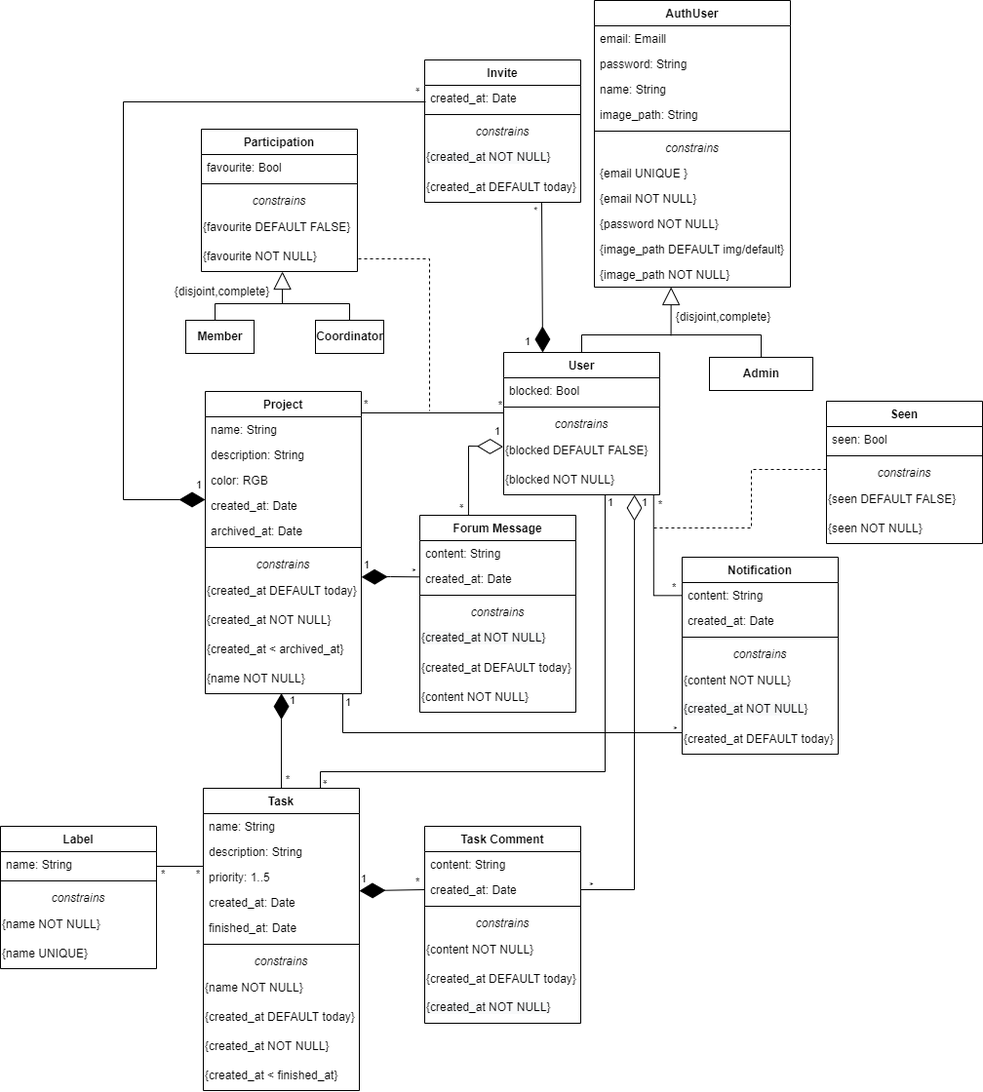
Andrepereira2001/feup-lbaw-2021 keeps this draw.io diagram as Docs/uml_diagram.png. Above is the earlier version. Source tidied: cells renumbered, new cells last; positions are measured from the earlier drawing's top-left corner, leaving out a move shared by most shapes.
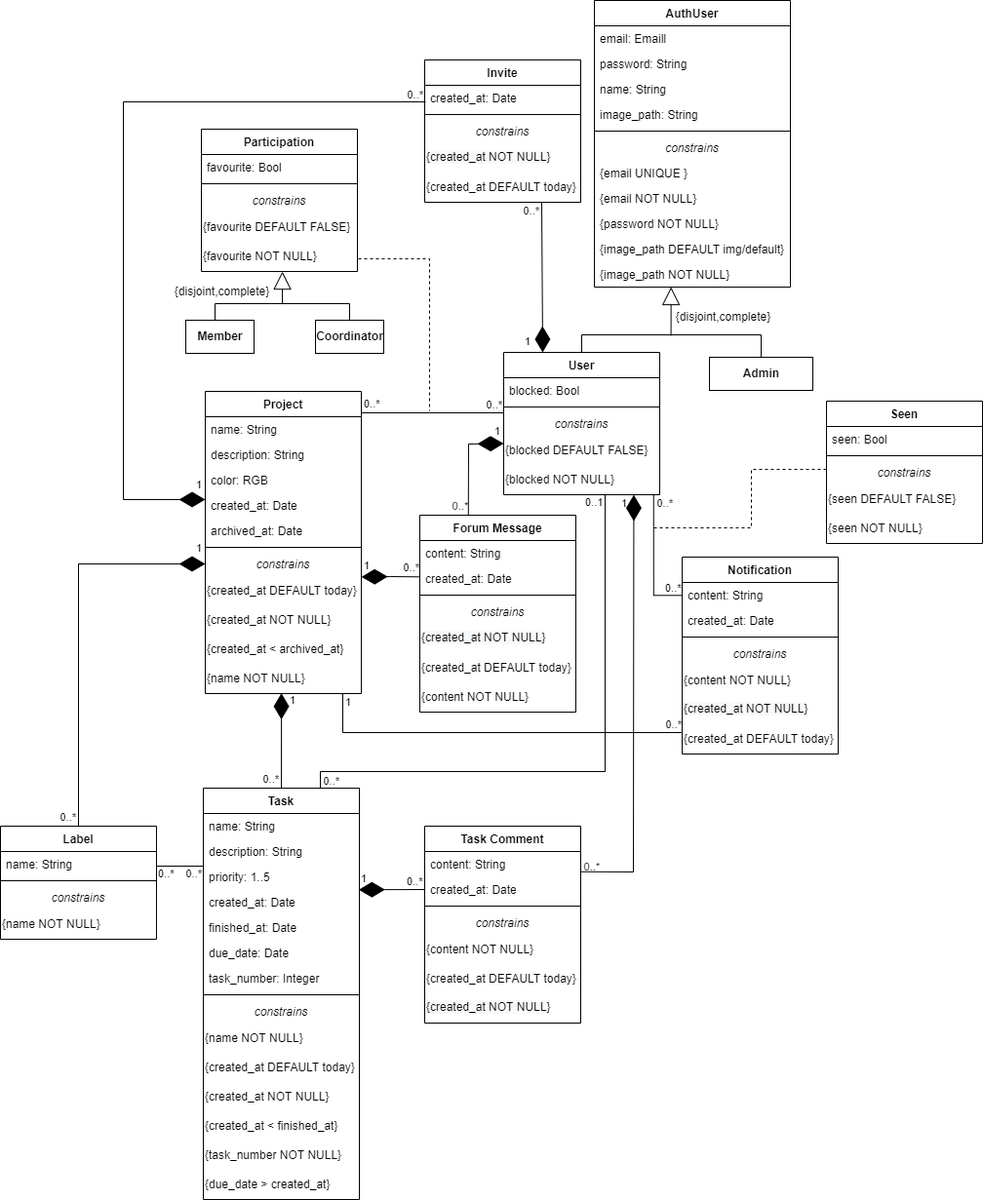
Later version of the same file.

Diff of the diagram source:
```diff
@@ -39,7 +39,7 @@
       <mxGeometry y="268" width="201" height="26" as="geometry" />
     </mxCell>
     <mxCell id="14" value="Task" style="swimlane;fontStyle=1;align=center;verticalAlign=top;horizontal=1;startSize=26;" parent="1" vertex="1">
-      <mxGeometry x="208" y="808" width="160" height="310" as="geometry" />
+      <mxGeometry x="208" y="808" width="160" height="422" as="geometry" />
     </mxCell>
     <mxCell id="15" value="name: String" style="text;strokeColor=none;fillColor=none;align=left;verticalAlign=top;spacingLeft=4;spacingRight=4;overflow=hidden;" parent="14" vertex="1">
       <mxGeometry y="26" width="160" height="26" as="geometry" />
@@ -56,24 +56,36 @@
     <mxCell id="19" value="finished_at: Date" style="text;strokeColor=none;fillColor=none;align=left;verticalAlign=top;spacingLeft=4;spacingRight=4;overflow=hidden;" parent="14" vertex="1">
       <mxGeometry y="130" width="160" height="26" as="geometry" />
     </mxCell>
+    <mxCell id="140" value="due_date: Date" style="text;strokeColor=none;fillColor=none;align=left;verticalAlign=top;spacingLeft=4;spacingRight=4;overflow=hidden;" parent="14" vertex="1">
+      <mxGeometry y="156" width="160" height="26" as="geometry" />
+    </mxCell>
+    <mxCell id="141" value="task_number: Integer" style="text;strokeColor=none;fillColor=none;align=left;verticalAlign=top;spacingLeft=4;spacingRight=4;overflow=hidden;" parent="14" vertex="1">
+      <mxGeometry y="182" width="160" height="26" as="geometry" />
+    </mxCell>
     <mxCell id="20" style="line;strokeWidth=1;fillColor=none;align=left;verticalAlign=middle;spacingTop=-1;spacingLeft=3;spacingRight=3;labelPosition=right;" parent="14" vertex="1">
-      <mxGeometry y="156" width="160" height="8" as="geometry" />
+      <mxGeometry y="208" width="160" height="8" as="geometry" />
     </mxCell>
     <mxCell id="21" value="constrains" style="text;strokeColor=none;fillColor=none;align=center;verticalAlign=top;spacingLeft=4;spacingRight=4;overflow=hidden;fontStyle=2;" parent="14" vertex="1">
-      <mxGeometry y="164" width="160" height="26" as="geometry" />
+      <mxGeometry y="216" width="160" height="26" as="geometry" />
     </mxCell>
     <mxCell id="22" value="{name NOT NULL}" style="text;html=1;strokeColor=none;fillColor=none;align=left;verticalAlign=middle;whiteSpace=wrap;rounded=0;" parent="14" vertex="1">
-      <mxGeometry y="190" width="160" height="30" as="geometry" />
+      <mxGeometry y="242" width="160" height="30" as="geometry" />
     </mxCell>
     <mxCell id="23" value="{created_at DEFAULT today}" style="text;html=1;strokeColor=none;fillColor=none;align=left;verticalAlign=middle;whiteSpace=wrap;rounded=0;" parent="14" vertex="1">
-      <mxGeometry y="220" width="160" height="30" as="geometry" />
+      <mxGeometry y="272" width="160" height="30" as="geometry" />
     </mxCell>
     <mxCell id="24" value="{created_at NOT NULL}" style="text;html=1;strokeColor=none;fillColor=none;align=left;verticalAlign=middle;whiteSpace=wrap;rounded=0;" parent="14" vertex="1">
-      <mxGeometry y="250" width="160" height="30" as="geometry" />
+      <mxGeometry y="302" width="160" height="30" as="geometry" />
     </mxCell>
     <mxCell id="25" value="{created_at &amp;lt; finished_at}" style="text;html=1;strokeColor=none;fillColor=none;align=left;verticalAlign=middle;whiteSpace=wrap;rounded=0;" parent="14" vertex="1">
-      <mxGeometry y="280" width="160" height="30" as="geometry" />
+      <mxGeometry y="332" width="160" height="30" as="geometry" />
     </mxCell>
+    <mxCell id="142" value="{task_number NOT NULL}" style="text;html=1;strokeColor=none;fillColor=none;align=left;verticalAlign=middle;whiteSpace=wrap;rounded=0;" parent="14" vertex="1">
+      <mxGeometry y="362" width="160" height="30" as="geometry" />
+    </mxCell>
+    <mxCell id="143" value="{due_date &amp;gt; created_at}" style="text;html=1;strokeColor=none;fillColor=none;align=left;verticalAlign=middle;whiteSpace=wrap;rounded=0;" parent="14" vertex="1">
+      <mxGeometry y="392" width="160" height="30" as="geometry" />
+    </mxCell>
     <mxCell id="26" value="Notification" style="swimlane;fontStyle=1;align=center;verticalAlign=top;horizontal=1;startSize=26;" parent="1" vertex="1">
       <mxGeometry x="699" y="571" width="160" height="202" as="geometry" />
     </mxCell>
@@ -105,14 +117,14 @@
         </Array>
       </mxGeometry>
     </mxCell>
-    <mxCell id="35" value="*" style="edgeLabel;html=1;align=left;verticalAlign=bottom;" parent="34" vertex="1">
+    <mxCell id="35" value="0..*" style="edgeLabel;html=1;align=left;verticalAlign=bottom;" parent="34" vertex="1">
       <mxGeometry x="-1" relative="1" as="geometry">
-        <mxPoint x="-12" as="offset" />
+        <mxPoint x="-19" y="1" as="offset" />
       </mxGeometry>
     </mxCell>
-    <mxCell id="36" value="*" style="edgeLabel;html=1;align=right;verticalAlign=bottom;" parent="34" vertex="1">
+    <mxCell id="36" value="0..*" style="edgeLabel;html=1;align=right;verticalAlign=bottom;" parent="34" vertex="1">
       <mxGeometry x="1" relative="1" as="geometry">
-        <mxPoint x="9" y="18" as="offset" />
+        <mxPoint x="20" y="17" as="offset" />
       </mxGeometry>
     </mxCell>
     <mxCell id="37" style="endArrow=diamondThin;endFill=1;endSize=24;html=1;rounded=0;entryX=0.488;entryY=0.988;entryDx=0;entryDy=0;exitX=0.5;exitY=0;exitDx=0;exitDy=0;entryPerimeter=0;" parent="1" edge="1" source="14" target="98">
@@ -121,8 +133,8 @@
     <mxCell id="38" value="1" style="edgeLabel;html=1;align=left;verticalAlign=bottom;" parent="1" vertex="1">
       <mxGeometry x="295" y="726" as="geometry" />
     </mxCell>
-    <mxCell id="39" value="*" style="edgeLabel;html=1;align=right;verticalAlign=bottom;" parent="1" vertex="1">
-      <mxGeometry x="297" y="807" as="geometry" />
+    <mxCell id="39" value="0..*" style="edgeLabel;html=1;align=right;verticalAlign=bottom;" parent="1" vertex="1">
+      <mxGeometry x="286" y="807" as="geometry" />
     </mxCell>
     <mxCell id="40" style="endArrow=none;html=1;edgeStyle=orthogonalEdgeStyle;rounded=0;entryX=0;entryY=0.5;entryDx=0;entryDy=0;exitX=1;exitY=0.5;exitDx=0;exitDy=0;" parent="1" edge="1">
       <mxGeometry relative="1" as="geometry">
@@ -133,12 +145,12 @@
         </Array>
       </mxGeometry>
     </mxCell>
-    <mxCell id="41" value="*" style="edgeLabel;html=1;align=left;verticalAlign=bottom;" parent="40" vertex="1">
+    <mxCell id="41" value="0..*" style="edgeLabel;html=1;align=left;verticalAlign=bottom;" parent="40" vertex="1">
       <mxGeometry x="-1" relative="1" as="geometry">
         <mxPoint x="1" y="11" as="offset" />
       </mxGeometry>
     </mxCell>
-    <mxCell id="42" value="*" style="edgeLabel;html=1;align=right;verticalAlign=bottom;" parent="40" vertex="1">
+    <mxCell id="42" value="0..*" style="edgeLabel;html=1;align=right;verticalAlign=bottom;" parent="40" vertex="1">
       <mxGeometry x="1" relative="1" as="geometry">
         <mxPoint x="-1" as="offset" />
       </mxGeometry>
@@ -153,7 +165,7 @@
       </mxGeometry>
     </mxCell>
     <mxCell id="44" value="1" style="edgeLabel;html=1;align=left;verticalAlign=bottom;rotation=0;" parent="1" vertex="1">
-      <mxGeometry x="372" y="585" as="geometry">
+      <mxGeometry x="372" y="586" as="geometry">
         <mxPoint x="-1" y="2" as="offset" />
       </mxGeometry>
     </mxCell>
@@ -181,14 +193,14 @@
     <mxCell id="52" value="&lt;span style=&quot;color: rgb(0, 0, 0); font-family: helvetica; font-size: 12px; font-style: normal; font-weight: 400; letter-spacing: normal; text-align: left; text-indent: 0px; text-transform: none; word-spacing: 0px; background-color: rgb(248, 249, 250); display: inline; float: none;&quot;&gt;{created_at NOT NULL}&lt;/span&gt;" style="text;whiteSpace=wrap;html=1;" parent="45" vertex="1">
       <mxGeometry y="172" width="160" height="30" as="geometry" />
     </mxCell>
-    <mxCell id="53" style="endArrow=diamondThin;endFill=1;endSize=24;html=1;rounded=0;entryX=1;entryY=0.045;entryDx=0;entryDy=0;entryPerimeter=0;exitX=0;exitY=0.5;exitDx=0;exitDy=0;" parent="1" edge="1" source="47" target="18">
+    <mxCell id="53" style="endArrow=diamondThin;endFill=1;endSize=24;html=1;rounded=0;entryX=0.996;entryY=0.009;entryDx=0;entryDy=0;entryPerimeter=0;exitX=0;exitY=0.5;exitDx=0;exitDy=0;" parent="1" edge="1" source="47" target="18">
       <mxGeometry relative="1" as="geometry" />
     </mxCell>
     <mxCell id="54" value="1" style="edgeLabel;html=1;align=left;verticalAlign=bottom;" parent="1" vertex="1">
       <mxGeometry x="368" y="909" as="geometry" />
     </mxCell>
-    <mxCell id="55" value="*" style="edgeLabel;html=1;align=left;verticalAlign=bottom;" parent="1" vertex="1">
-      <mxGeometry x="424" y="912" as="geometry" />
+    <mxCell id="55" value="0..*" style="edgeLabel;html=1;align=left;verticalAlign=bottom;" parent="1" vertex="1">
+      <mxGeometry x="415" y="912" as="geometry" />
     </mxCell>
     <mxCell id="56" style="endArrow=block;endSize=16;endFill=0;html=1;rounded=0;entryX=0.513;entryY=1.002;entryDx=0;entryDy=0;entryPerimeter=0;exitX=0.5;exitY=0;exitDx=0;exitDy=0;" parent="1" edge="1" source="58">
       <mxGeometry relative="1" as="geometry">
@@ -224,18 +236,18 @@
         </Array>
       </mxGeometry>
     </mxCell>
-    <mxCell id="61" value="1" style="edgeLabel;html=1;align=left;verticalAlign=bottom;" parent="60" vertex="1">
+    <mxCell id="61" value="0..1" style="edgeLabel;html=1;align=left;verticalAlign=bottom;" parent="60" vertex="1">
       <mxGeometry x="-1" relative="1" as="geometry">
-        <mxPoint x="1" y="16" as="offset" />
+        <mxPoint x="-22" y="16" as="offset" />
       </mxGeometry>
     </mxCell>
-    <mxCell id="62" value="*" style="edgeLabel;html=1;align=right;verticalAlign=bottom;rotation=180;" parent="60" vertex="1">
+    <mxCell id="62" value="0..*" style="edgeLabel;html=1;align=right;verticalAlign=bottom;rotation=0;" parent="60" vertex="1">
       <mxGeometry x="1" relative="1" as="geometry">
-        <mxPoint x="3" y="-16" as="offset" />
+        <mxPoint x="20" y="1" as="offset" />
       </mxGeometry>
     </mxCell>
     <mxCell id="63" value="Label" style="swimlane;fontStyle=1;align=center;verticalAlign=top;horizontal=1;startSize=26;" parent="1" vertex="1">
-      <mxGeometry y="847" width="160" height="146" as="geometry" />
+      <mxGeometry y="847" width="160" height="116" as="geometry" />
     </mxCell>
     <mxCell id="64" value="name: String" style="text;strokeColor=none;fillColor=none;align=left;verticalAlign=top;spacingLeft=4;spacingRight=4;overflow=hidden;" parent="63" vertex="1">
       <mxGeometry y="26" width="160" height="26" as="geometry" />
@@ -249,9 +261,6 @@
     <mxCell id="67" value="{name NOT NULL}" style="text;html=1;strokeColor=none;fillColor=none;align=left;verticalAlign=middle;whiteSpace=wrap;rounded=0;" parent="63" vertex="1">
       <mxGeometry y="86" width="160" height="30" as="geometry" />
     </mxCell>
-    <mxCell id="68" value="{name UNIQUE}" style="text;html=1;strokeColor=none;fillColor=none;align=left;verticalAlign=middle;whiteSpace=wrap;rounded=0;" parent="63" vertex="1">
-      <mxGeometry y="116" width="160" height="30" as="geometry" />
-    </mxCell>
     <mxCell id="69" style="endArrow=none;html=1;edgeStyle=orthogonalEdgeStyle;rounded=0;" parent="1" edge="1">
       <mxGeometry relative="1" as="geometry">
         <mxPoint x="160" y="888" as="sourcePoint" />
@@ -261,14 +270,14 @@
         </Array>
       </mxGeometry>
     </mxCell>
-    <mxCell id="70" value="*" style="edgeLabel;html=1;align=left;verticalAlign=bottom;" parent="69" vertex="1">
+    <mxCell id="70" value="0..*" style="edgeLabel;html=1;align=left;verticalAlign=bottom;" parent="69" vertex="1">
       <mxGeometry x="-1" relative="1" as="geometry">
-        <mxPoint x="3" y="16" as="offset" />
+        <mxPoint y="16" as="offset" />
       </mxGeometry>
     </mxCell>
-    <mxCell id="71" value="*" style="edgeLabel;html=1;align=right;verticalAlign=bottom;" parent="69" vertex="1">
+    <mxCell id="71" value="0..*" style="edgeLabel;html=1;align=right;verticalAlign=bottom;" parent="69" vertex="1">
       <mxGeometry x="1" relative="1" as="geometry">
-        <mxPoint x="-3" y="16" as="offset" />
+        <mxPoint x="-1" y="16" as="offset" />
       </mxGeometry>
     </mxCell>
     <mxCell id="72" value="Invite" style="swimlane;fontStyle=1;align=center;verticalAlign=top;horizontal=1;startSize=26;" parent="1" vertex="1">
@@ -398,22 +407,14 @@
         </Array>
       </mxGeometry>
     </mxCell>
-    <mxCell id="108" style="endArrow=diamondThin;endFill=0;endSize=24;html=1;rounded=0;exitX=0.312;exitY=0.001;exitDx=0;exitDy=0;exitPerimeter=0;entryX=-0.003;entryY=0.024;entryDx=0;entryDy=0;entryPerimeter=0;" parent="1" edge="1" source="99">
-      <mxGeometry relative="1" as="geometry">
-        <mxPoint x="515.5" y="457.7" as="targetPoint" />
-        <Array as="points">
-          <mxPoint x="480" y="457" />
-        </Array>
-      </mxGeometry>
-    </mxCell>
-    <mxCell id="109" value="*" style="edgeLabel;html=1;align=right;verticalAlign=bottom;rotation=90;" parent="1" vertex="1">
-      <mxGeometry x="414" y="587" as="geometry" />
+    <mxCell id="109" value="0..*" style="edgeLabel;html=1;align=right;verticalAlign=bottom;rotation=0;" parent="1" vertex="1">
+      <mxGeometry x="430" y="590" as="geometry" />
     </mxCell>
     <mxCell id="110" value="1" style="edgeLabel;html=1;align=left;verticalAlign=bottom;" parent="1" vertex="1">
       <mxGeometry x="505" y="450" as="geometry" />
     </mxCell>
-    <mxCell id="111" value="*" style="edgeLabel;html=1;align=right;verticalAlign=bottom;rotation=180;" parent="1" vertex="1">
-      <mxGeometry x="484" y="502" as="geometry">
+    <mxCell id="111" value="0..*" style="edgeLabel;html=1;align=right;verticalAlign=bottom;rotation=2;" parent="1" vertex="1">
+      <mxGeometry x="467" y="534" as="geometry">
         <mxPoint x="13" y="-7" as="offset" />
       </mxGeometry>
     </mxCell>
@@ -436,8 +437,8 @@
     <mxCell id="115" value="1" style="edgeLabel;html=1;align=left;verticalAlign=bottom;" parent="1" vertex="1">
       <mxGeometry x="352" y="728" as="geometry" />
     </mxCell>
-    <mxCell id="116" value="*" style="edgeLabel;html=1;align=right;verticalAlign=bottom;rotation=90;" parent="1" vertex="1">
-      <mxGeometry x="682" y="749" as="geometry" />
+    <mxCell id="116" value="0..*" style="edgeLabel;html=1;align=right;verticalAlign=bottom;rotation=0;" parent="1" vertex="1">
+      <mxGeometry x="699" y="751" as="geometry" />
     </mxCell>
     <mxCell id="117" value="Participation" style="swimlane;fontStyle=1;align=center;verticalAlign=top;horizontal=1;startSize=26;" parent="1" vertex="1">
       <mxGeometry x="206" y="132" width="160" height="146" as="geometry" />
@@ -488,18 +489,11 @@
     <mxCell id="130" value="{seen NOT NULL}" style="text;html=1;strokeColor=none;fillColor=none;align=left;verticalAlign=middle;whiteSpace=wrap;rounded=0;" parent="125" vertex="1">
       <mxGeometry y="116" width="160" height="30" as="geometry" />
     </mxCell>
-    <mxCell id="131" style="endArrow=diamondThin;endFill=0;endSize=24;html=1;rounded=0;exitX=1;exitY=0.5;exitDx=0;exitDy=0;entryX=0.838;entryY=1;entryDx=0;entryDy=0;entryPerimeter=0;" parent="1" edge="1" source="47" target="86">
-      <mxGeometry relative="1" as="geometry">
-        <Array as="points">
-          <mxPoint x="650" y="912" />
-        </Array>
-      </mxGeometry>
-    </mxCell>
-    <mxCell id="132" value="*" style="edgeLabel;html=1;align=right;verticalAlign=bottom;rotation=90;" parent="1" vertex="1">
-      <mxGeometry x="596" y="909" as="geometry" />
+    <mxCell id="132" value="0..*" style="edgeLabel;html=1;align=right;verticalAlign=bottom;rotation=1;" parent="1" vertex="1">
+      <mxGeometry x="615" y="897" as="geometry" />
     </mxCell>
     <mxCell id="133" value="1" style="edgeLabel;html=1;align=left;verticalAlign=bottom;" parent="1" vertex="1">
-      <mxGeometry x="656" y="523.2" as="geometry" />
+      <mxGeometry x="635" y="524.2" as="geometry" />
     </mxCell>
     <mxCell id="134" style="endArrow=diamondThin;endFill=1;endSize=24;html=1;rounded=0;entryX=0;entryY=0.269;entryDx=0;entryDy=0;entryPerimeter=0;" parent="1" edge="1" target="91">
       <mxGeometry relative="1" as="geometry">
@@ -513,21 +507,48 @@
     <mxCell id="135" value="1" style="edgeLabel;html=1;align=left;verticalAlign=bottom;" parent="1" vertex="1">
       <mxGeometry x="199" y="505" as="geometry" />
     </mxCell>
-    <mxCell id="136" value="*" style="edgeLabel;html=1;align=right;verticalAlign=bottom;rotation=180;" parent="1" vertex="1">
-      <mxGeometry x="439" y="75" as="geometry">
+    <mxCell id="136" value="0..*" style="edgeLabel;html=1;align=right;verticalAlign=bottom;rotation=0;" parent="1" vertex="1">
+      <mxGeometry x="421" y="112" as="geometry">
         <mxPoint x="13" y="-7" as="offset" />
       </mxGeometry>
     </mxCell>
     <mxCell id="137" style="endArrow=diamondThin;endFill=1;endSize=24;html=1;rounded=0;exitX=0.75;exitY=1;exitDx=0;exitDy=0;entryX=0.25;entryY=0;entryDx=0;entryDy=0;" parent="1" edge="1" source="77" target="81">
       <mxGeometry relative="1" as="geometry" />
     </mxCell>
-    <mxCell id="138" value="*" style="edgeLabel;html=1;align=right;verticalAlign=bottom;rotation=81;" parent="1" vertex="1">
-      <mxGeometry x="530" y="206" as="geometry">
+    <mxCell id="138" value="0..*" style="edgeLabel;html=1;align=right;verticalAlign=bottom;rotation=0;" parent="1" vertex="1">
+      <mxGeometry x="540" y="231" as="geometry">
         <mxPoint x="13" y="-7" as="offset" />
       </mxGeometry>
     </mxCell>
     <mxCell id="139" value="1" style="edgeLabel;html=1;align=left;verticalAlign=bottom;" parent="1" vertex="1">
       <mxGeometry x="536" y="358" as="geometry" />
     </mxCell>
+    <mxCell id="144" style="endArrow=diamondThin;endFill=1;endSize=24;html=1;rounded=0;exitX=0.311;exitY=0;exitDx=0;exitDy=0;exitPerimeter=0;entryX=0;entryY=0.25;entryDx=0;entryDy=0;" parent="1" edge="1" source="99" target="85">
+      <mxGeometry relative="1" as="geometry">
+        <Array as="points">
+          <mxPoint x="480" y="455" />
+        </Array>
+      </mxGeometry>
+    </mxCell>
+    <mxCell id="145" style="endArrow=diamondThin;endFill=1;endSize=24;html=1;rounded=0;exitX=0.999;exitY=0.799;exitDx=0;exitDy=0;exitPerimeter=0;entryX=0.834;entryY=1.005;entryDx=0;entryDy=0;entryPerimeter=0;" parent="1" edge="1" source="46" target="86">
+      <mxGeometry relative="1" as="geometry">
+        <Array as="points">
+          <mxPoint x="649" y="894" />
+        </Array>
+      </mxGeometry>
+    </mxCell>
+    <mxCell id="146" style="endArrow=diamondThin;endFill=1;endSize=24;html=1;rounded=0;entryX=0;entryY=0.5;entryDx=0;entryDy=0;exitX=0.5;exitY=0;exitDx=0;exitDy=0;" parent="1" edge="1" source="63" target="94">
+      <mxGeometry relative="1" as="geometry">
+        <Array as="points">
+          <mxPoint x="80" y="578" />
+        </Array>
+      </mxGeometry>
+    </mxCell>
+    <mxCell id="147" value="1" style="edgeLabel;html=1;align=left;verticalAlign=bottom;" parent="1" vertex="1">
+      <mxGeometry x="199" y="570" as="geometry" />
+    </mxCell>
+    <mxCell id="148" value="0..*" style="edgeLabel;html=1;align=right;verticalAlign=bottom;" parent="1" vertex="1">
+      <mxGeometry x="78" y="846" as="geometry" />
+    </mxCell>
   </root>
 </mxGraphModel>
```
